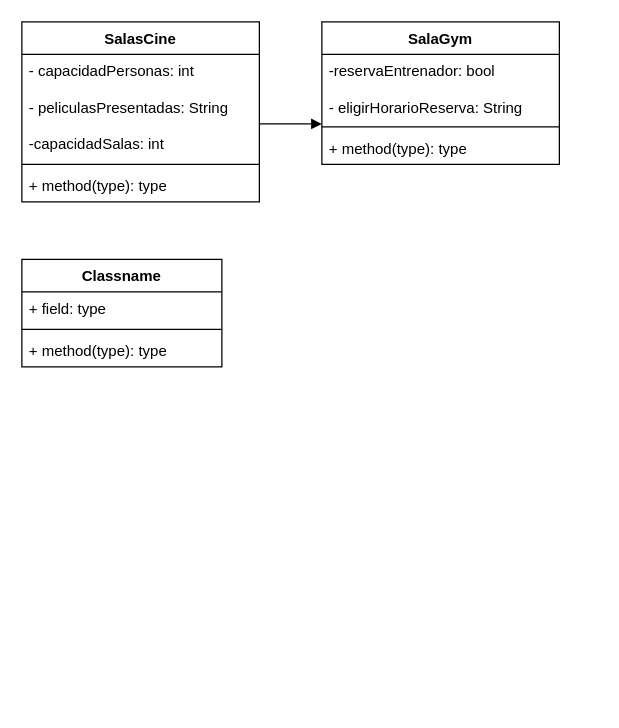
The draw.io diagram SistemaReservasJava.drawio in handelenriquezacuna/javaSistemaReserva, before the edit. Source tidied: cells renumbered, new cells numbered last; positions are measured from the earlier drawing's top-left corner, leaving out a move shared by most shapes. Both pictures are drawn from the tidied source at 125%, with x=0, y=0 at pixel (21, 21).
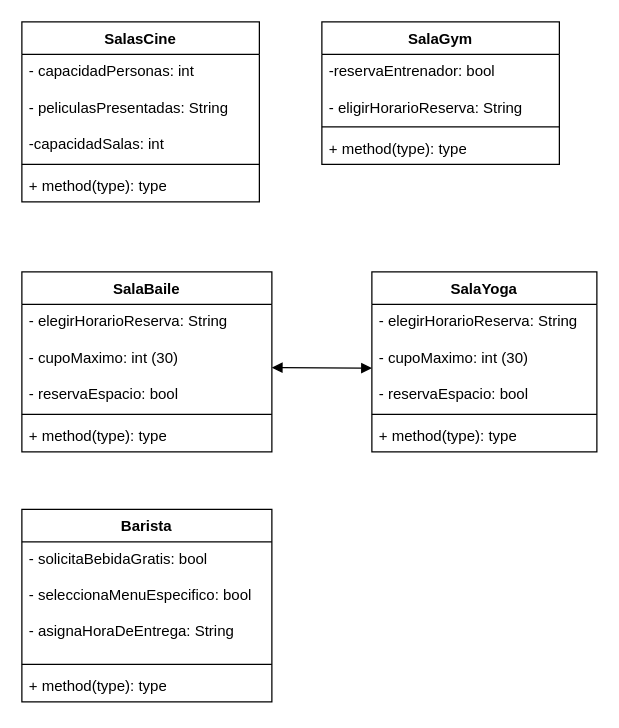
The same page after the edit.

Change to the diagram source:
```diff
@@
-    <mxCell id="6" style="html=1;verticalAlign=bottom;endArrow=block;curved=0;rounded=0;" parent="1" edge="1">
-      <mxGeometry relative="1" as="geometry">
-        <mxPoint x="190" y="81.6" as="sourcePoint" />
-        <mxPoint x="240" y="81.6" as="targetPoint" />
-      </mxGeometry>
-    </mxCell>
@@
-    <mxCell id="11" value="Classname" style="swimlane;fontStyle=1;align=center;verticalAlign=top;horizontal=1;startSize=26;whiteSpace=wrap;html=1;" parent="1" vertex="1">
-      <mxGeometry y="190" width="160" height="86" as="geometry" />
+    <mxCell id="11" value="SalaBaile" style="swimlane;fontStyle=1;align=center;verticalAlign=top;horizontal=1;startSize=26;whiteSpace=wrap;html=1;" parent="1" vertex="1">
+      <mxGeometry y="200" width="200" height="144" as="geometry" />
     </mxCell>
-    <mxCell id="12" value="+ field: type" style="text;strokeColor=none;fillColor=none;align=left;verticalAlign=top;spacingLeft=4;spacingRight=4;overflow=hidden;whiteSpace=wrap;html=1;" parent="11" vertex="1">
-      <mxGeometry y="26" width="160" height="26" as="geometry" />
+    <mxCell id="12" value="- elegirHorarioReserva: String&lt;div&gt;&lt;br&gt;&lt;/div&gt;&lt;div&gt;- cupoMaximo: int (30)&lt;/div&gt;&lt;div&gt;&lt;br&gt;&lt;/div&gt;&lt;div&gt;- reservaEspacio: bool&lt;/div&gt;" style="text;strokeColor=none;fillColor=none;align=left;verticalAlign=top;spacingLeft=4;spacingRight=4;overflow=hidden;whiteSpace=wrap;html=1;" parent="11" vertex="1">
+      <mxGeometry y="26" width="200" height="84" as="geometry" />
     </mxCell>
     <mxCell id="13" style="line;strokeWidth=1;fillColor=none;align=left;verticalAlign=middle;spacingTop=-1;spacingLeft=3;spacingRight=3;labelPosition=right;strokeColor=inherit;" parent="11" vertex="1">
-      <mxGeometry y="52" width="160" height="8" as="geometry" />
+      <mxGeometry y="110" width="200" height="8" as="geometry" />
     </mxCell>
     <mxCell id="14" value="+ method(type): type" style="text;strokeColor=none;fillColor=none;align=left;verticalAlign=top;spacingLeft=4;spacingRight=4;overflow=hidden;whiteSpace=wrap;html=1;" parent="11" vertex="1">
-      <mxGeometry y="60" width="160" height="26" as="geometry" />
+      <mxGeometry y="118" width="200" height="26" as="geometry" />
     </mxCell>
+    <mxCell id="15" style="endArrow=block;startArrow=block;endFill=1;startFill=1;html=1;rounded=0;" parent="1" edge="1">
+      <mxGeometry relative="1" as="geometry">
+        <mxPoint x="200" y="276.6" as="sourcePoint" />
+        <mxPoint x="280" y="277" as="targetPoint" />
+      </mxGeometry>
+    </mxCell>
+    <mxCell id="16" value="SalaYoga&lt;div&gt;&lt;br&gt;&lt;/div&gt;" style="swimlane;fontStyle=1;align=center;verticalAlign=top;horizontal=1;startSize=26;whiteSpace=wrap;html=1;" parent="1" vertex="1">
+      <mxGeometry x="280" y="200" width="180" height="144" as="geometry" />
+    </mxCell>
+    <mxCell id="17" value="- elegirHorarioReserva: String&lt;div&gt;&lt;br&gt;&lt;/div&gt;&lt;div&gt;- cupoMaximo: int (30)&lt;/div&gt;&lt;div&gt;&lt;br&gt;&lt;/div&gt;&lt;div&gt;- reservaEspacio: bool&lt;/div&gt;" style="text;strokeColor=none;fillColor=none;align=left;verticalAlign=top;spacingLeft=4;spacingRight=4;overflow=hidden;whiteSpace=wrap;html=1;" parent="16" vertex="1">
+      <mxGeometry y="26" width="180" height="84" as="geometry" />
+    </mxCell>
+    <mxCell id="18" style="line;strokeWidth=1;fillColor=none;align=left;verticalAlign=middle;spacingTop=-1;spacingLeft=3;spacingRight=3;labelPosition=right;strokeColor=inherit;" parent="16" vertex="1">
+      <mxGeometry y="110" width="180" height="8" as="geometry" />
+    </mxCell>
+    <mxCell id="19" value="+ method(type): type" style="text;strokeColor=none;fillColor=none;align=left;verticalAlign=top;spacingLeft=4;spacingRight=4;overflow=hidden;whiteSpace=wrap;html=1;" parent="16" vertex="1">
+      <mxGeometry y="118" width="180" height="26" as="geometry" />
+    </mxCell>
+    <mxCell id="20" value="Barista&lt;div&gt;&lt;br&gt;&lt;/div&gt;" style="swimlane;fontStyle=1;align=center;verticalAlign=top;horizontal=1;startSize=26;whiteSpace=wrap;html=1;" parent="1" vertex="1">
+      <mxGeometry y="390" width="200" height="154" as="geometry" />
+    </mxCell>
+    <mxCell id="21" value="- solicitaBebidaGratis: bool&lt;div&gt;&lt;br&gt;&lt;/div&gt;&lt;div&gt;- seleccionaMenuEspecifico: bool&lt;/div&gt;&lt;div&gt;&lt;br&gt;&lt;/div&gt;&lt;div&gt;- asignaHoraDeEntrega: String&amp;nbsp;&lt;/div&gt;" style="text;strokeColor=none;fillColor=none;align=left;verticalAlign=top;spacingLeft=4;spacingRight=4;overflow=hidden;whiteSpace=wrap;html=1;" parent="20" vertex="1">
+      <mxGeometry y="26" width="200" height="94" as="geometry" />
+    </mxCell>
+    <mxCell id="22" style="line;strokeWidth=1;fillColor=none;align=left;verticalAlign=middle;spacingTop=-1;spacingLeft=3;spacingRight=3;labelPosition=right;strokeColor=inherit;" parent="20" vertex="1">
+      <mxGeometry y="120" width="200" height="8" as="geometry" />
+    </mxCell>
+    <mxCell id="23" value="+ method(type): type" style="text;strokeColor=none;fillColor=none;align=left;verticalAlign=top;spacingLeft=4;spacingRight=4;overflow=hidden;whiteSpace=wrap;html=1;" parent="20" vertex="1">
+      <mxGeometry y="128" width="200" height="26" as="geometry" />
+    </mxCell>
```
